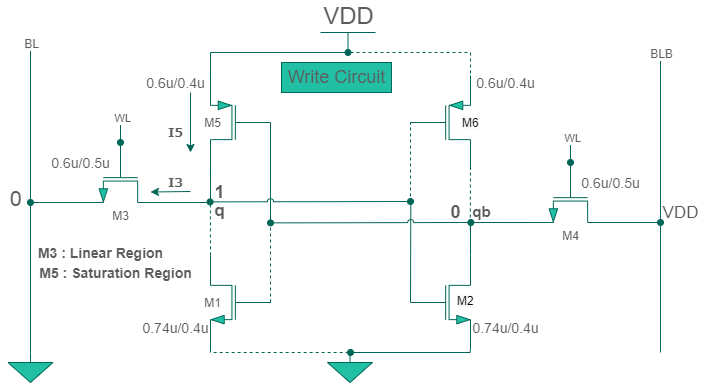
Above: Images/write.png in Khadgaray/6T_SRAM (draw.io), before the change. Source tidied: cells renumbered, new cells last; positions are measured from the earlier drawing's top-left corner, leaving out a move shared by most shapes.
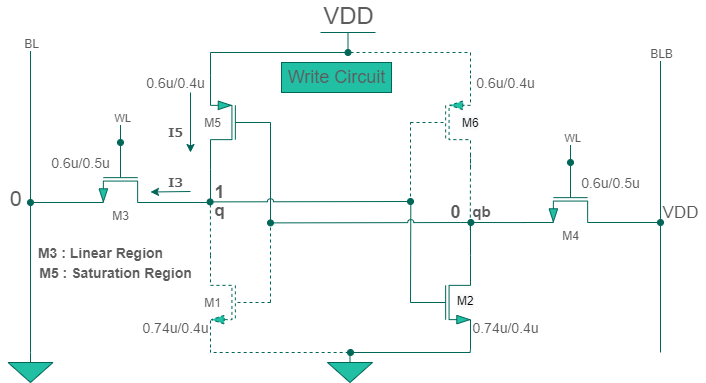
After the change.

Diff of the diagram source:
```diff
@@ -5,7 +5,7 @@
     <mxCell id="2" style="verticalLabelPosition=bottom;shadow=0;dashed=0;align=center;html=1;verticalAlign=top;shape=mxgraph.electrical.transistors.pmos;rotation=-180;flipV=1;fillColor=#21C0A5;strokeColor=#006658;fontColor=#5C5C5C;" parent="1" vertex="1">
       <mxGeometry x="210" y="40" width="60" height="100" as="geometry" />
     </mxCell>
-    <mxCell id="3" style="verticalLabelPosition=bottom;shadow=0;dashed=0;align=center;html=1;verticalAlign=top;shape=mxgraph.electrical.transistors.pmos;fillColor=#21C0A5;strokeColor=#006658;fontColor=#5C5C5C;" parent="1" vertex="1">
+    <mxCell id="3" style="verticalLabelPosition=bottom;shadow=0;dashed=1;align=center;html=1;verticalAlign=top;shape=mxgraph.electrical.transistors.pmos;fillColor=#21C0A5;strokeColor=#006658;fontColor=#5C5C5C;" parent="1" vertex="1">
       <mxGeometry x="410" y="40" width="60" height="100" as="geometry" />
     </mxCell>
     <mxCell id="4" style="edgeStyle=orthogonalEdgeStyle;rounded=0;jumpStyle=arc;jettySize=auto;html=1;exitX=1;exitY=1;exitDx=0;exitDy=0;exitPerimeter=0;fontFamily=Verdana;fontSize=14;startArrow=oval;startFill=1;endArrow=oval;endFill=1;strokeColor=#006658;fontColor=#5C5C5C;" parent="1" edge="1" source="5">
@@ -16,7 +16,7 @@
     <mxCell id="5" style="verticalLabelPosition=bottom;shadow=0;dashed=0;align=center;html=1;verticalAlign=top;shape=mxgraph.electrical.transistors.nmos;fillColor=#21C0A5;strokeColor=#006658;fontColor=#5C5C5C;" parent="1" vertex="1">
       <mxGeometry x="410" y="220" width="60" height="100" as="geometry" />
     </mxCell>
-    <mxCell id="6" style="verticalLabelPosition=bottom;shadow=0;dashed=0;align=center;html=1;verticalAlign=top;shape=mxgraph.electrical.transistors.nmos;rotation=-180;flipV=1;fillColor=#21C0A5;strokeColor=#006658;fontColor=#5C5C5C;" parent="1" vertex="1">
+    <mxCell id="6" style="verticalLabelPosition=bottom;shadow=0;dashed=1;align=center;html=1;verticalAlign=top;shape=mxgraph.electrical.transistors.nmos;rotation=-180;flipV=1;fillColor=#21C0A5;strokeColor=#006658;fontColor=#5C5C5C;" parent="1" vertex="1">
       <mxGeometry x="210" y="220" width="60" height="100" as="geometry" />
     </mxCell>
     <mxCell id="7" style="endArrow=none;html=1;exitX=0.993;exitY=1.069;exitDx=0;exitDy=0;exitPerimeter=0;dashed=1;strokeColor=#006658;fontColor=#5C5C5C;" parent="1" edge="1" source="42">
```
